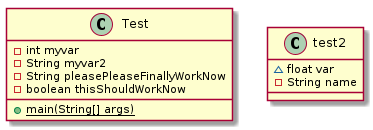
Earlier version of the PlantUML export docs/uml/test2.png (andrewdimmer/csi-3370-software-project-config-test).
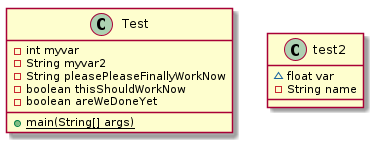
After the change.

Diff of the diagram source:
```diff
@@ -6,6 +6,7 @@
     - String myvar2
     - String pleasePleaseFinallyWorkNow
     - boolean thisShouldWorkNow
+    - boolean areWeDoneYet
     {static} + main(String[] args)
 }
 
```
